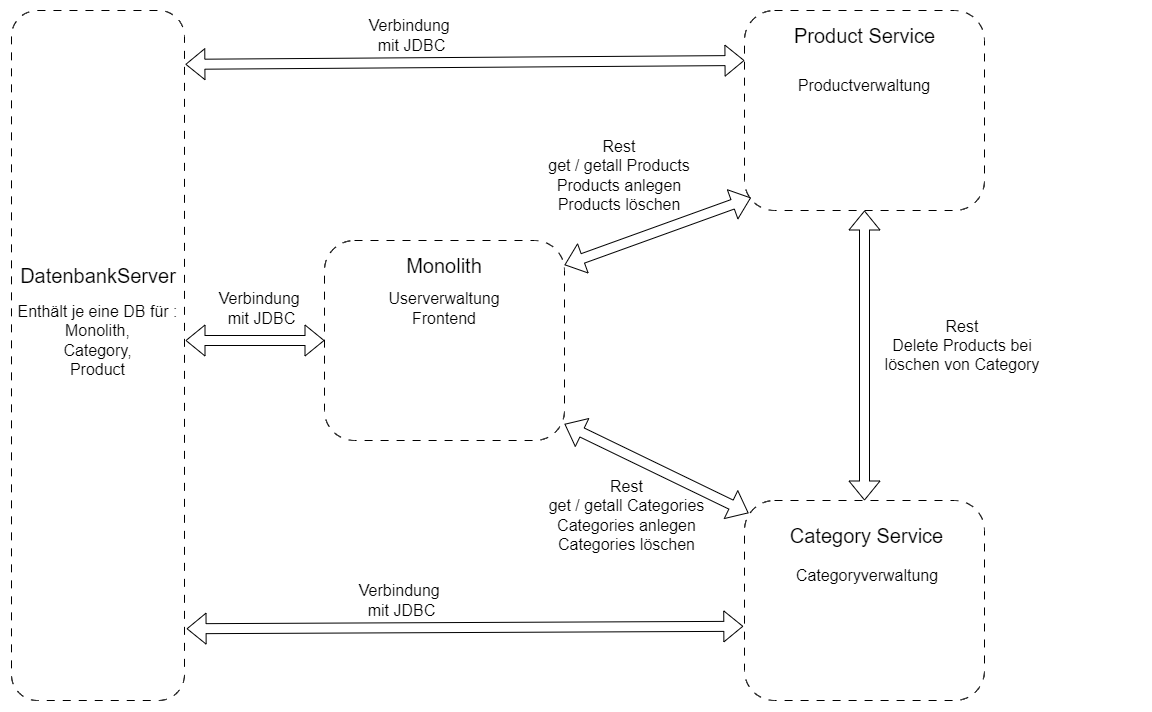
Before: Architekturskizze.drawio.png, a diagram exported from draw.io (Sarrus4x4/hska-vis-legacy). Source tidied: cells renumbered, new cells last; positions are measured from the earlier drawing's top-left corner, leaving out a move shared by most shapes. Source of this version:
```xml
<mxGraphModel>
  <root>
    <mxCell id="0" />
    <mxCell id="1" parent="0" />
    <mxCell id="2" style="rounded=1;whiteSpace=wrap;html=1;dashed=1;dashPattern=8 8;" parent="1" vertex="1">
      <mxGeometry x="314" y="230" width="240" height="200" as="geometry" />
    </mxCell>
    <mxCell id="3" value="&lt;font style=&quot;font-size: 20px;&quot;&gt;Monolith&lt;/font&gt;" style="text;html=1;strokeColor=none;fillColor=none;align=center;verticalAlign=middle;whiteSpace=wrap;rounded=0;" parent="1" vertex="1">
      <mxGeometry x="369" y="240" width="130" height="30" as="geometry" />
    </mxCell>
    <mxCell id="4" value="Userverwaltung&lt;br&gt;Frontend" style="text;html=1;strokeColor=none;fillColor=none;align=center;verticalAlign=middle;whiteSpace=wrap;rounded=0;fontSize=16;" parent="1" vertex="1">
      <mxGeometry x="404" y="283" width="60" height="30" as="geometry" />
    </mxCell>
    <mxCell id="5" style="rounded=1;whiteSpace=wrap;html=1;dashed=1;dashPattern=8 8;" parent="1" vertex="1">
      <mxGeometry x="734" y="490" width="240" height="200" as="geometry" />
    </mxCell>
    <mxCell id="6" value="&lt;font style=&quot;font-size: 20px;&quot;&gt;Category Service&lt;/font&gt;" style="text;html=1;strokeColor=none;fillColor=none;align=center;verticalAlign=middle;whiteSpace=wrap;rounded=0;" parent="1" vertex="1">
      <mxGeometry x="774" y="510" width="165" height="30" as="geometry" />
    </mxCell>
    <mxCell id="7" value="Categoryverwaltung" style="text;html=1;strokeColor=none;fillColor=none;align=center;verticalAlign=middle;whiteSpace=wrap;rounded=0;fontSize=16;" parent="1" vertex="1">
      <mxGeometry x="771.5" y="550" width="170" height="30" as="geometry" />
    </mxCell>
    <mxCell id="8" style="rounded=1;whiteSpace=wrap;html=1;dashed=1;dashPattern=8 8;" parent="1" vertex="1">
      <mxGeometry x="734" width="240" height="200" as="geometry" />
    </mxCell>
    <mxCell id="9" value="&lt;font style=&quot;font-size: 20px;&quot;&gt;Product Service&lt;/font&gt;" style="text;html=1;strokeColor=none;fillColor=none;align=center;verticalAlign=middle;whiteSpace=wrap;rounded=0;" parent="1" vertex="1">
      <mxGeometry x="781.5" y="10" width="145" height="30" as="geometry" />
    </mxCell>
    <mxCell id="10" value="Productverwaltung" style="text;html=1;strokeColor=none;fillColor=none;align=center;verticalAlign=middle;whiteSpace=wrap;rounded=0;fontSize=16;" parent="1" vertex="1">
      <mxGeometry x="794" y="60" width="120" height="30" as="geometry" />
    </mxCell>
    <mxCell id="11" value="&lt;font style=&quot;font-size: 16px;&quot;&gt;Rest&lt;br&gt;get / getall Categories&lt;br style=&quot;border-color: var(--border-color);&quot;&gt;Categories anlegen&lt;br style=&quot;border-color: var(--border-color);&quot;&gt;Categories löschen&lt;br&gt;&lt;/font&gt;" style="text;html=1;strokeColor=none;fillColor=none;align=center;verticalAlign=middle;whiteSpace=wrap;rounded=0;" parent="1" vertex="1">
      <mxGeometry x="519" y="490" width="195" height="30" as="geometry" />
    </mxCell>
    <mxCell id="12" style="shape=flexArrow;endArrow=classic;startArrow=classic;html=1;rounded=0;entryX=0.017;entryY=0.063;entryDx=0;entryDy=0;entryPerimeter=0;" parent="1" edge="1" target="5">
      <mxGeometry relative="1" as="geometry">
        <mxPoint x="554" y="413.5" as="sourcePoint" />
      </mxGeometry>
    </mxCell>
    <mxCell id="13" style="shape=flexArrow;endArrow=classic;startArrow=classic;html=1;rounded=0;entryX=0.5;entryY=1;entryDx=0;entryDy=0;exitX=0.5;exitY=0;exitDx=0;exitDy=0;" parent="1" edge="1" source="5" target="8">
      <mxGeometry relative="1" as="geometry" />
    </mxCell>
    <mxCell id="14" value="Rest&lt;br&gt;Delete Products bei &lt;br&gt;löschen von Category" style="text;html=1;strokeColor=none;fillColor=none;align=center;verticalAlign=middle;whiteSpace=wrap;rounded=0;fontSize=16;" parent="1" vertex="1">
      <mxGeometry x="771.5" y="320" width="360" height="30" as="geometry" />
    </mxCell>
    <mxCell id="15" value="&lt;font style=&quot;font-size: 16px;&quot;&gt;Rest&lt;br&gt;get / getall Products&lt;br&gt;Products anlegen&lt;br&gt;Products löschen&lt;br&gt;&lt;/font&gt;" style="text;html=1;strokeColor=none;fillColor=none;align=center;verticalAlign=middle;whiteSpace=wrap;rounded=0;" parent="1" vertex="1">
      <mxGeometry x="514" y="150" width="190" height="30" as="geometry" />
    </mxCell>
    <mxCell id="16" style="shape=flexArrow;endArrow=classic;startArrow=classic;html=1;rounded=0;entryX=0.027;entryY=0.936;entryDx=0;entryDy=0;entryPerimeter=0;" parent="1" edge="1" target="8">
      <mxGeometry relative="1" as="geometry">
        <mxPoint x="554" y="254.5" as="sourcePoint" />
      </mxGeometry>
    </mxCell>
    <mxCell id="17" style="rounded=1;whiteSpace=wrap;html=1;dashed=1;dashPattern=8 8;" parent="1" vertex="1">
      <mxGeometry x="1" width="173" height="690" as="geometry" />
    </mxCell>
    <mxCell id="18" value="&lt;font style=&quot;font-size: 16px;&quot;&gt;Verbindung&amp;nbsp;&lt;/font&gt;&lt;div&gt;&lt;font style=&quot;font-size: 16px;&quot;&gt;mit JDBC&lt;br&gt;&lt;/font&gt;&lt;/div&gt;" style="text;html=1;strokeColor=none;fillColor=none;align=center;verticalAlign=middle;whiteSpace=wrap;rounded=0;" parent="1" vertex="1">
      <mxGeometry x="329" y="575" width="125" height="30" as="geometry" />
    </mxCell>
    <mxCell id="19" value="&lt;font style=&quot;font-size: 20px;&quot;&gt;DatenbankServer&lt;/font&gt;" style="text;html=1;strokeColor=none;fillColor=none;align=center;verticalAlign=middle;whiteSpace=wrap;rounded=0;" parent="1" vertex="1">
      <mxGeometry x="22.5" y="250" width="130" height="30" as="geometry" />
    </mxCell>
    <mxCell id="20" value="Enthält je eine DB für :&lt;br&gt;Monolith,&lt;br&gt;Category,&lt;br&gt;Product" style="text;html=1;strokeColor=none;fillColor=none;align=center;verticalAlign=middle;whiteSpace=wrap;rounded=0;fontSize=16;" parent="1" vertex="1">
      <mxGeometry y="280" width="175" height="100" as="geometry" />
    </mxCell>
    <mxCell id="21" style="shape=flexArrow;endArrow=classic;startArrow=classic;html=1;rounded=0;exitX=1.005;exitY=0.078;exitDx=0;exitDy=0;exitPerimeter=0;entryX=0;entryY=0.25;entryDx=0;entryDy=0;" parent="1" edge="1" source="17" target="8">
      <mxGeometry relative="1" as="geometry" />
    </mxCell>
    <mxCell id="22" style="shape=flexArrow;endArrow=classic;startArrow=classic;html=1;rounded=0;exitX=1.012;exitY=0.896;exitDx=0;exitDy=0;exitPerimeter=0;entryX=-0.005;entryY=0.629;entryDx=0;entryDy=0;entryPerimeter=0;" parent="1" edge="1" source="17" target="5">
      <mxGeometry relative="1" as="geometry" />
    </mxCell>
    <mxCell id="23" style="shape=flexArrow;endArrow=classic;startArrow=classic;html=1;rounded=0;entryX=0;entryY=0.5;entryDx=0;entryDy=0;exitX=1;exitY=0.5;exitDx=0;exitDy=0;" parent="1" edge="1" source="20" target="2">
      <mxGeometry relative="1" as="geometry" />
    </mxCell>
    <mxCell id="24" value="&lt;font style=&quot;font-size: 16px;&quot;&gt;Verbindung&amp;nbsp;&lt;/font&gt;&lt;div&gt;&lt;font style=&quot;font-size: 16px;&quot;&gt;mit JDBC&lt;br&gt;&lt;/font&gt;&lt;/div&gt;" style="text;html=1;strokeColor=none;fillColor=none;align=center;verticalAlign=middle;whiteSpace=wrap;rounded=0;" parent="1" vertex="1">
      <mxGeometry x="339" y="10" width="125" height="30" as="geometry" />
    </mxCell>
    <mxCell id="25" value="&lt;font style=&quot;font-size: 16px;&quot;&gt;Verbindung&amp;nbsp;&lt;/font&gt;&lt;div&gt;&lt;font style=&quot;font-size: 16px;&quot;&gt;mit JDBC&lt;br&gt;&lt;/font&gt;&lt;/div&gt;" style="text;html=1;strokeColor=none;fillColor=none;align=center;verticalAlign=middle;whiteSpace=wrap;rounded=0;" parent="1" vertex="1">
      <mxGeometry x="189" y="283" width="125" height="30" as="geometry" />
    </mxCell>
  </root>
</mxGraphModel>
```
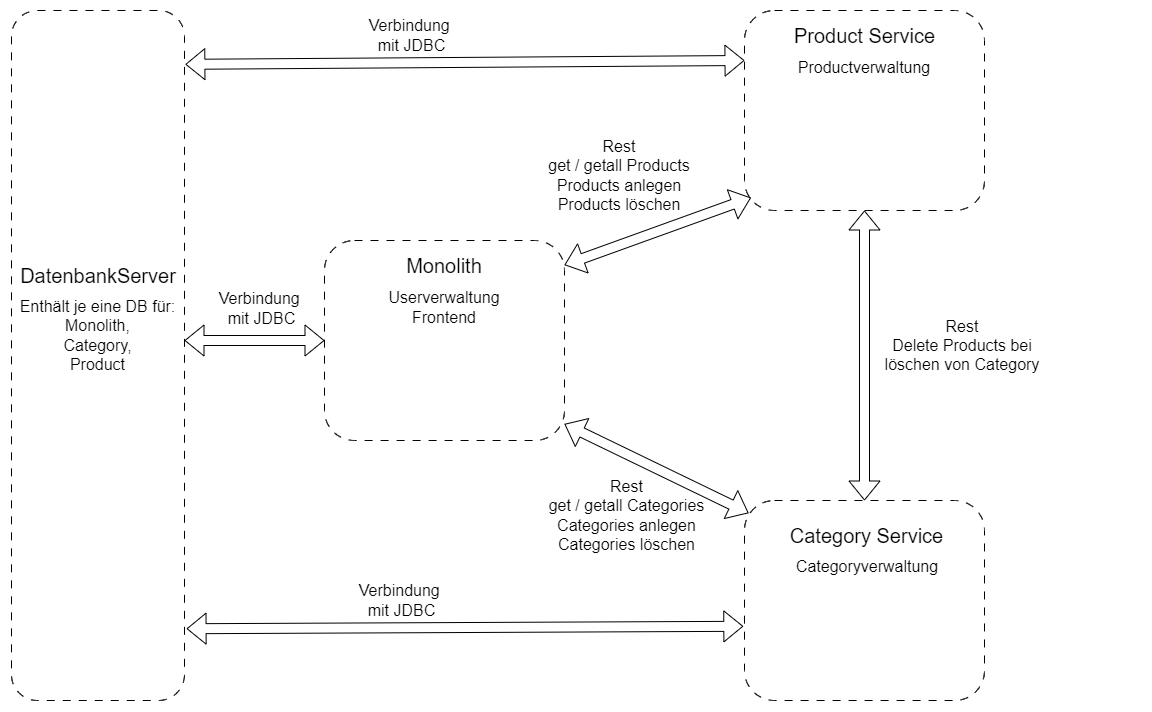
After the change.

The edit, as a diff of the source:
```diff
@@ -9,7 +9,7 @@
       <mxGeometry x="369" y="240" width="130" height="30" as="geometry" />
     </mxCell>
     <mxCell id="4" value="Userverwaltung&lt;br&gt;Frontend" style="text;html=1;strokeColor=none;fillColor=none;align=center;verticalAlign=middle;whiteSpace=wrap;rounded=0;fontSize=16;" parent="1" vertex="1">
-      <mxGeometry x="404" y="283" width="60" height="30" as="geometry" />
+      <mxGeometry x="404" y="282" width="60" height="30" as="geometry" />
     </mxCell>
     <mxCell id="5" style="rounded=1;whiteSpace=wrap;html=1;dashed=1;dashPattern=8 8;" parent="1" vertex="1">
       <mxGeometry x="734" y="490" width="240" height="200" as="geometry" />
@@ -18,7 +18,7 @@
       <mxGeometry x="774" y="510" width="165" height="30" as="geometry" />
     </mxCell>
     <mxCell id="7" value="Categoryverwaltung" style="text;html=1;strokeColor=none;fillColor=none;align=center;verticalAlign=middle;whiteSpace=wrap;rounded=0;fontSize=16;" parent="1" vertex="1">
-      <mxGeometry x="771.5" y="550" width="170" height="30" as="geometry" />
+      <mxGeometry x="771.5" y="541" width="170" height="30" as="geometry" />
     </mxCell>
     <mxCell id="8" style="rounded=1;whiteSpace=wrap;html=1;dashed=1;dashPattern=8 8;" parent="1" vertex="1">
       <mxGeometry x="734" width="240" height="200" as="geometry" />
@@ -27,7 +27,7 @@
       <mxGeometry x="781.5" y="10" width="145" height="30" as="geometry" />
     </mxCell>
     <mxCell id="10" value="Productverwaltung" style="text;html=1;strokeColor=none;fillColor=none;align=center;verticalAlign=middle;whiteSpace=wrap;rounded=0;fontSize=16;" parent="1" vertex="1">
-      <mxGeometry x="794" y="60" width="120" height="30" as="geometry" />
+      <mxGeometry x="794" y="42" width="120" height="30" as="geometry" />
     </mxCell>
     <mxCell id="11" value="&lt;font style=&quot;font-size: 16px;&quot;&gt;Rest&lt;br&gt;get / getall Categories&lt;br style=&quot;border-color: var(--border-color);&quot;&gt;Categories anlegen&lt;br style=&quot;border-color: var(--border-color);&quot;&gt;Categories löschen&lt;br&gt;&lt;/font&gt;" style="text;html=1;strokeColor=none;fillColor=none;align=center;verticalAlign=middle;whiteSpace=wrap;rounded=0;" parent="1" vertex="1">
       <mxGeometry x="519" y="490" width="195" height="30" as="geometry" />
@@ -60,8 +60,8 @@
     <mxCell id="19" value="&lt;font style=&quot;font-size: 20px;&quot;&gt;DatenbankServer&lt;/font&gt;" style="text;html=1;strokeColor=none;fillColor=none;align=center;verticalAlign=middle;whiteSpace=wrap;rounded=0;" parent="1" vertex="1">
       <mxGeometry x="22.5" y="250" width="130" height="30" as="geometry" />
     </mxCell>
-    <mxCell id="20" value="Enthält je eine DB für :&lt;br&gt;Monolith,&lt;br&gt;Category,&lt;br&gt;Product" style="text;html=1;strokeColor=none;fillColor=none;align=center;verticalAlign=middle;whiteSpace=wrap;rounded=0;fontSize=16;" parent="1" vertex="1">
-      <mxGeometry y="280" width="175" height="100" as="geometry" />
+    <mxCell id="20" value="Enthält je eine DB für:&lt;br&gt;Monolith,&lt;br&gt;Category,&lt;br&gt;Product" style="text;html=1;strokeColor=none;fillColor=none;align=center;verticalAlign=middle;whiteSpace=wrap;rounded=0;fontSize=16;" parent="1" vertex="1">
+      <mxGeometry y="275" width="175" height="100" as="geometry" />
     </mxCell>
     <mxCell id="21" style="shape=flexArrow;endArrow=classic;startArrow=classic;html=1;rounded=0;exitX=1.005;exitY=0.078;exitDx=0;exitDy=0;exitPerimeter=0;entryX=0;entryY=0.25;entryDx=0;entryDy=0;" parent="1" edge="1" source="17" target="8">
       <mxGeometry relative="1" as="geometry" />
@@ -69,8 +69,10 @@
     <mxCell id="22" style="shape=flexArrow;endArrow=classic;startArrow=classic;html=1;rounded=0;exitX=1.012;exitY=0.896;exitDx=0;exitDy=0;exitPerimeter=0;entryX=-0.005;entryY=0.629;entryDx=0;entryDy=0;entryPerimeter=0;" parent="1" edge="1" source="17" target="5">
       <mxGeometry relative="1" as="geometry" />
     </mxCell>
-    <mxCell id="23" style="shape=flexArrow;endArrow=classic;startArrow=classic;html=1;rounded=0;entryX=0;entryY=0.5;entryDx=0;entryDy=0;exitX=1;exitY=0.5;exitDx=0;exitDy=0;" parent="1" edge="1" source="20" target="2">
-      <mxGeometry relative="1" as="geometry" />
+    <mxCell id="23" style="shape=flexArrow;endArrow=classic;startArrow=classic;html=1;rounded=0;entryX=0;entryY=0.5;entryDx=0;entryDy=0;" parent="1" edge="1" target="2">
+      <mxGeometry relative="1" as="geometry">
+        <mxPoint x="174" y="330" as="sourcePoint" />
+      </mxGeometry>
     </mxCell>
     <mxCell id="24" value="&lt;font style=&quot;font-size: 16px;&quot;&gt;Verbindung&amp;nbsp;&lt;/font&gt;&lt;div&gt;&lt;font style=&quot;font-size: 16px;&quot;&gt;mit JDBC&lt;br&gt;&lt;/font&gt;&lt;/div&gt;" style="text;html=1;strokeColor=none;fillColor=none;align=center;verticalAlign=middle;whiteSpace=wrap;rounded=0;" parent="1" vertex="1">
       <mxGeometry x="339" y="10" width="125" height="30" as="geometry" />
```
